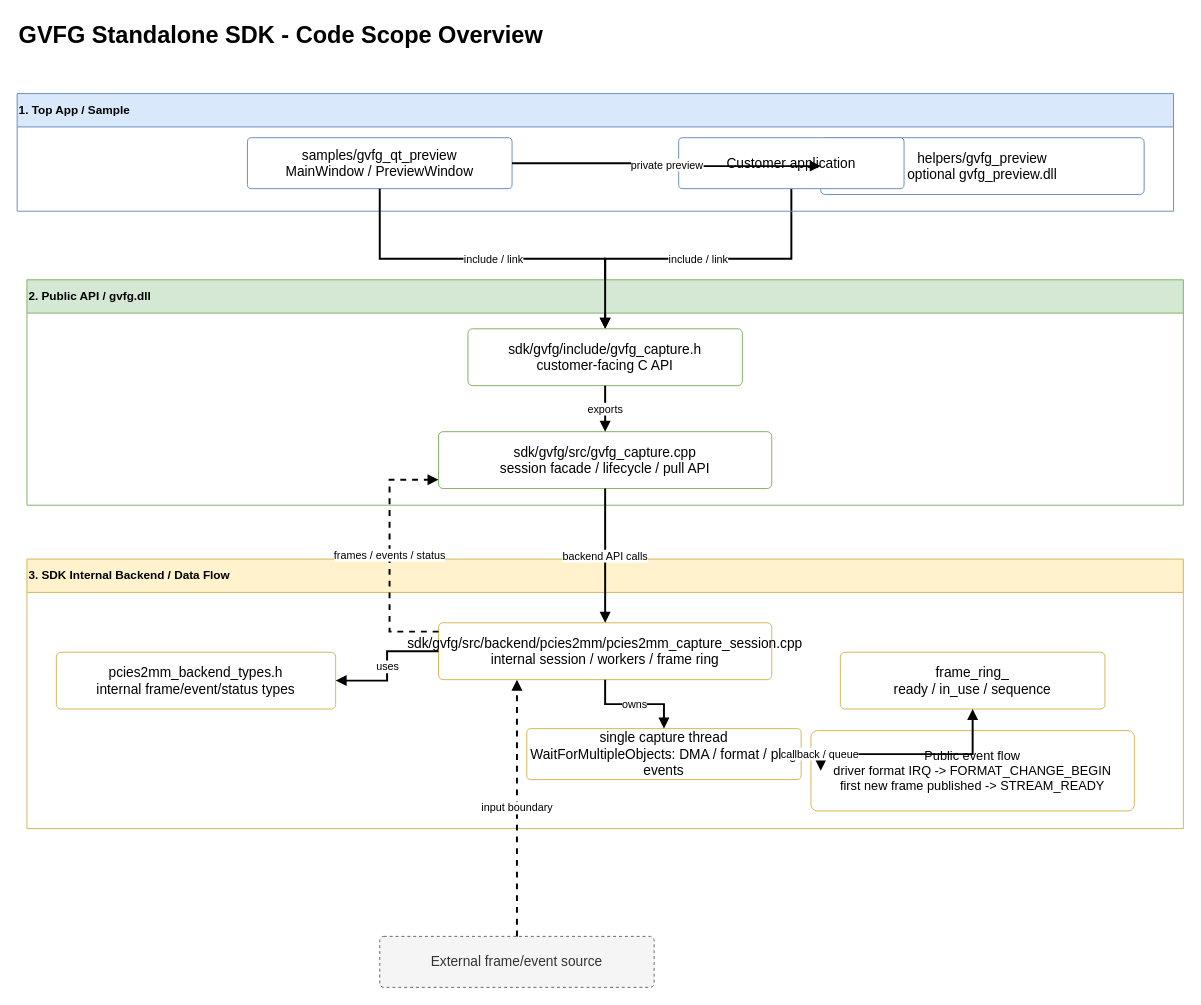
The draw.io diagram docs/GVFG_ARCHITECTURE_OVERVIEW.drawio in MarquezLin/GVFG_Standalone, before the edit. Source tidied: cells renumbered, new cells numbered last; positions are measured from the earlier drawing's top-left corner, leaving out a move shared by most shapes. Both pictures are drawn from the tidied source at 98%, with x=0, y=0 at pixel (17, 17).
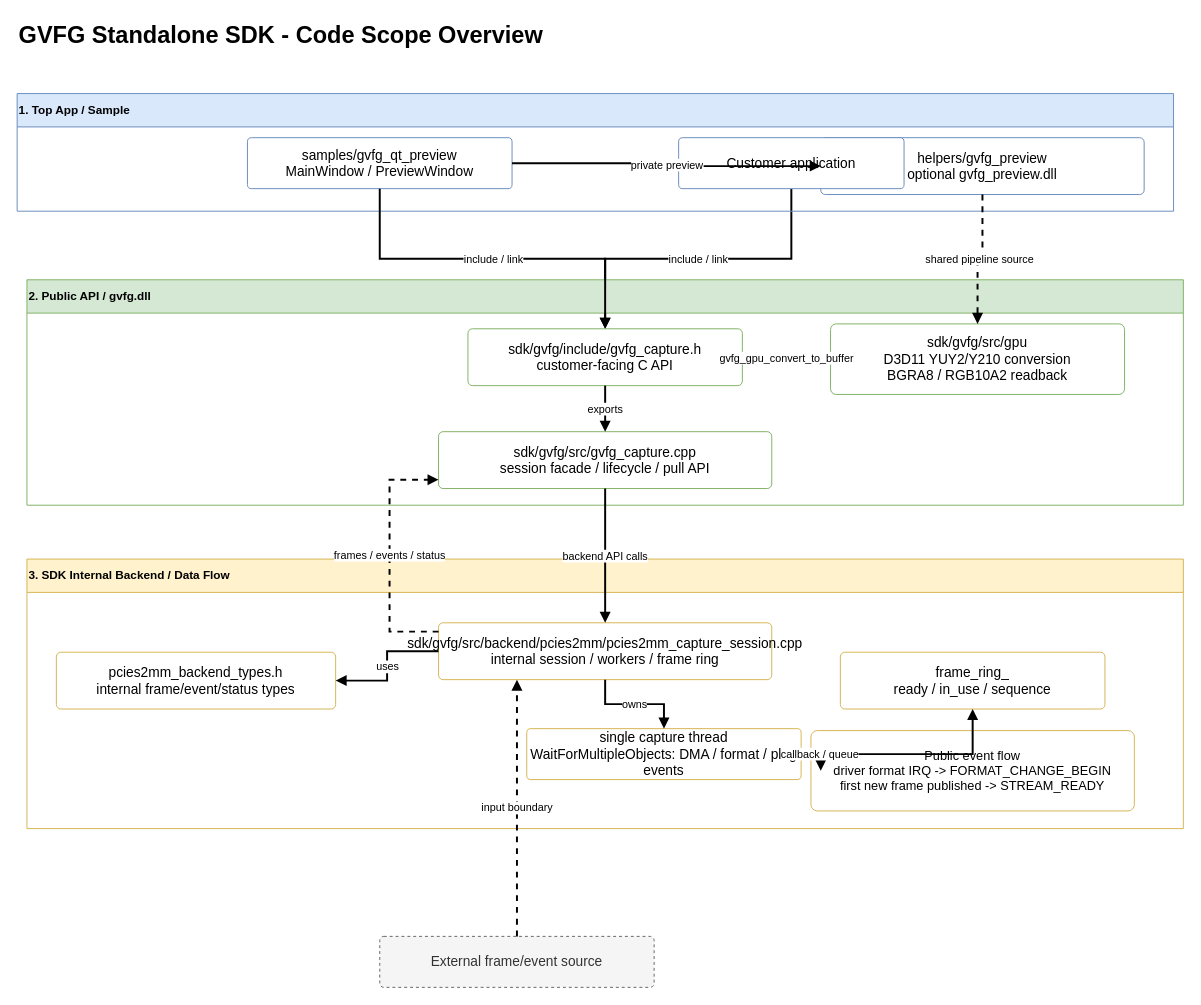
The same diagram, later.

The change refers to these unchanged cells:
```xml
<mxCell id="5" value="2. Public API / gvfg.dll" style="swimlane;html=1;startSize=34;horizontal=1;fillColor=#d5e8d4;strokeColor=#82b366;fontStyle=1;align=left;" parent="1" vertex="1">
  <mxGeometry x="10" y="268" width="1180" height="230" as="geometry" />
</mxCell>
<mxCell id="6" value="helpers/gvfg_preview&lt;br&gt;optional gvfg_preview.dll" style="rounded=1;whiteSpace=wrap;html=1;arcSize=8;fillColor=#ffffff;strokeColor=#6c8ebf;fontSize=14;" parent="4" vertex="1">
  <mxGeometry x="820" y="45" width="330" height="58" as="geometry" />
</mxCell>
<mxCell id="7" value="sdk/gvfg/include/gvfg_capture.h&lt;br&gt;customer-facing C API" style="rounded=1;whiteSpace=wrap;html=1;arcSize=8;fillColor=#ffffff;strokeColor=#82b366;fontSize=14;" parent="5" vertex="1">
  <mxGeometry x="450" y="50" width="280" height="58" as="geometry" />
</mxCell>
```

Change to the diagram source:
```diff
@@
+    <mxCell id="28" value="sdk/gvfg/src/gpu&lt;br&gt;D3D11 YUY2/Y210 conversion&lt;br&gt;BGRA8 / RGB10A2 readback" style="rounded=1;whiteSpace=wrap;html=1;arcSize=8;fillColor=#ffffff;strokeColor=#82b366;fontSize=14;" parent="5" vertex="1">
+      <mxGeometry x="820" y="45" width="300" height="72" as="geometry" />
+    </mxCell>
@@
+    <mxCell id="29" value="gvfg_gpu_convert_to_buffer" style="edgeStyle=orthogonalEdgeStyle;rounded=0;jettySize=auto;html=1;endArrow=block;strokeWidth=2;" parent="1" edge="1" source="7" target="28">
+      <mxGeometry relative="1" as="geometry" />
+    </mxCell>
+    <mxCell id="30" value="shared pipeline source" style="edgeStyle=orthogonalEdgeStyle;rounded=0;jettySize=auto;html=1;endArrow=block;strokeWidth=2;dashed=1;" parent="1" edge="1" source="6" target="28">
+      <mxGeometry relative="1" as="geometry" />
+    </mxCell>
```
